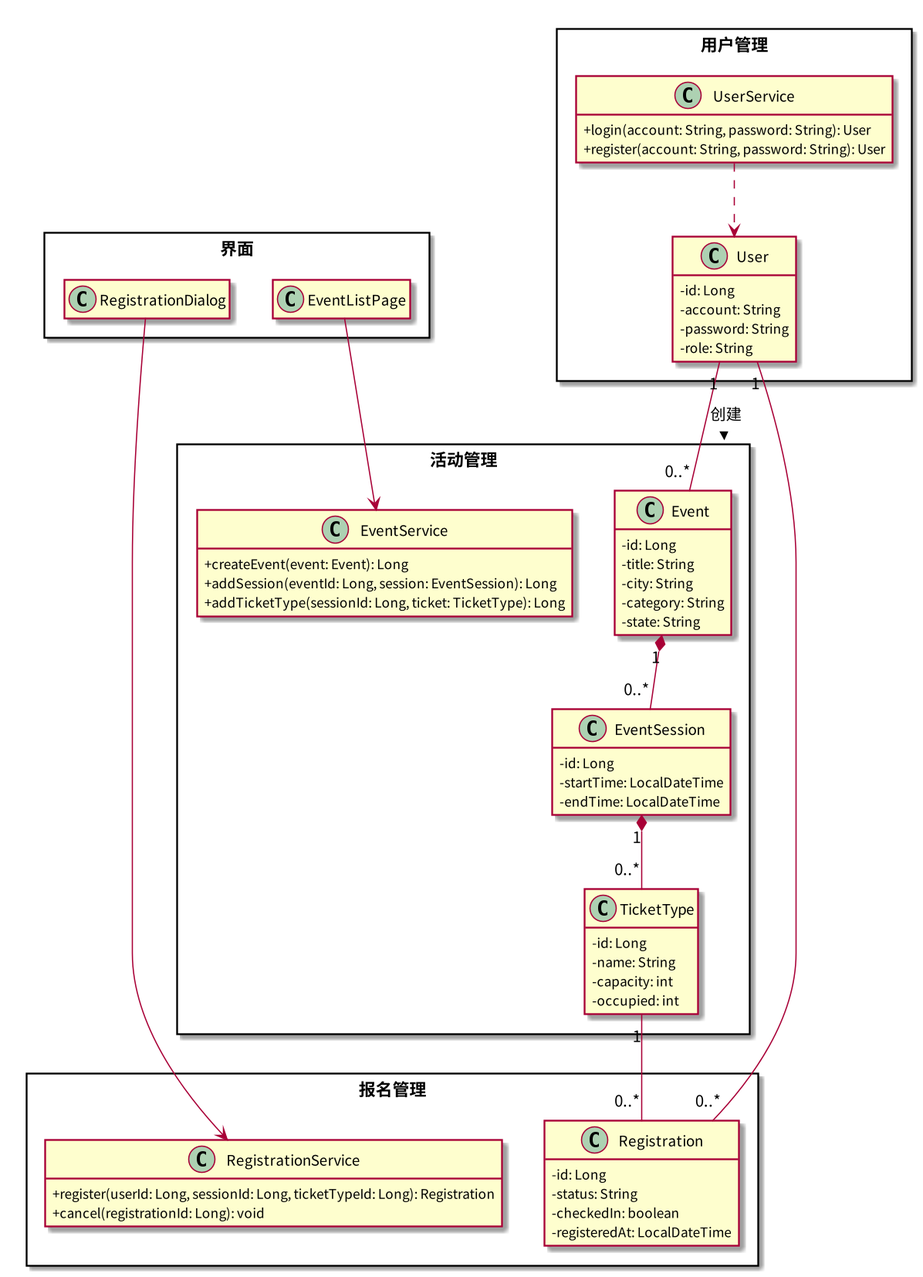
Earlier version of the PlantUML export UML/UML类图.png (kkksc114/Software_Engineering_Lab). The source it was exported from:
```plantuml
@startuml
skinparamlocked dpi 150
skinparam defaultFontName "Noto Sans CJK SC"
skinparam classAttributeIconSize 0
skinparam packageStyle rectangle
hide empty members

package "用户管理" {
  class User {
    - id: Long
    - account: String
    - password: String
    - role: String
  }
  class UserService {
    + login(account: String, password: String): User
    + register(account: String, password: String): User
  }
}

package "活动管理" {
  class Event {
    - id: Long
    - title: String
    - city: String
    - category: String
    - state: String
  }
  class EventSession {
    - id: Long
    - startTime: LocalDateTime
    - endTime: LocalDateTime
  }
  class TicketType {
    - id: Long
    - name: String
    - capacity: int
    - occupied: int
  }
  class EventService {
    + createEvent(event: Event): Long
    + addSession(eventId: Long, session: EventSession): Long
    + addTicketType(sessionId: Long, ticket: TicketType): Long
  }
}

package "报名管理" {
  class Registration {
    - id: Long
    - status: String
    - checkedIn: boolean
    - registeredAt: LocalDateTime
  }
  class RegistrationService {
    + register(userId: Long, sessionId: Long, ticketTypeId: Long): Registration
    + cancel(registrationId: Long): void
  }
}

package "界面" {
  class EventListPage
  class RegistrationDialog
}

User "1" -- "0..*" Event : 创建 >
Event "1" *-- "0..*" EventSession
EventSession "1" *-- "0..*" TicketType
TicketType "1" -- "0..*" Registration
User "1" -- "0..*" Registration
EventListPage --> EventService
RegistrationDialog --> RegistrationService
UserService ..> User
@enduml
```
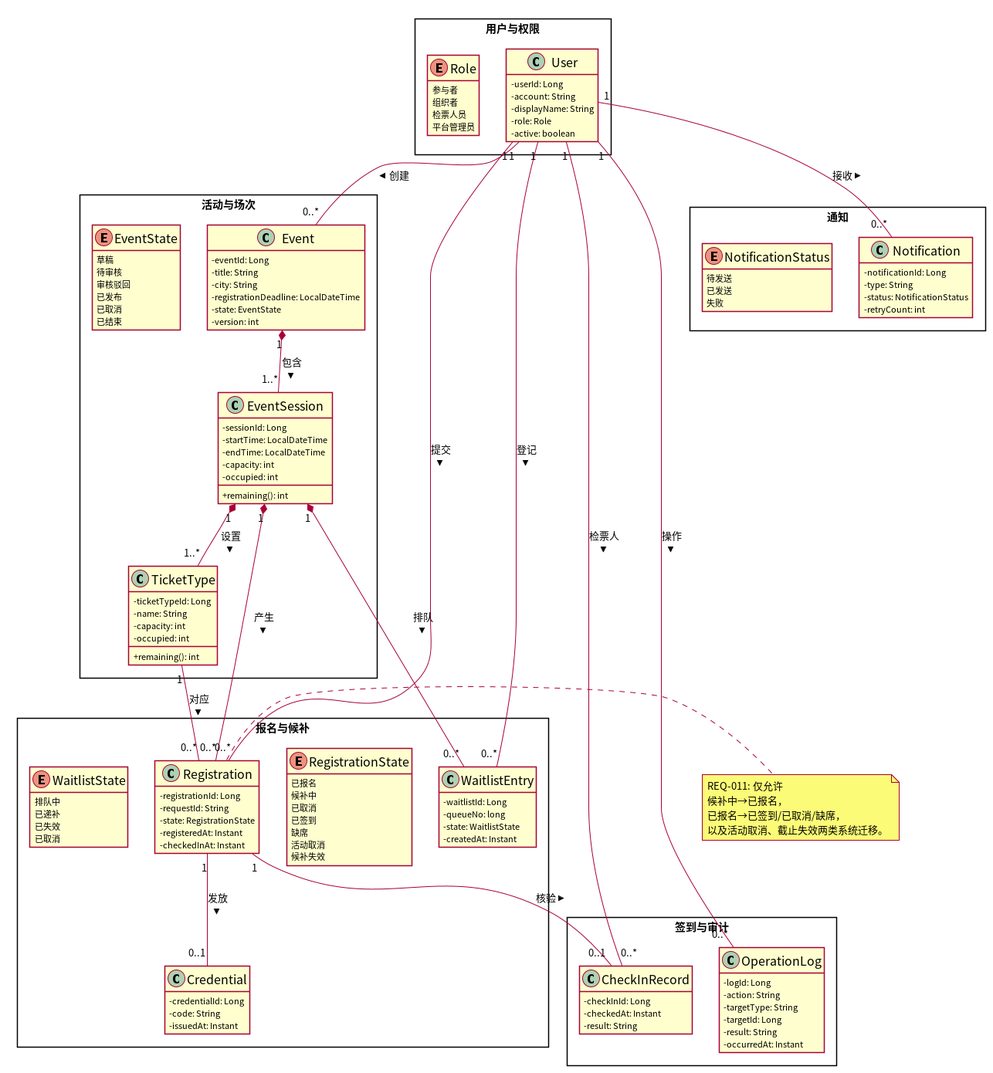
The same file after the commit.

What changed in the source:
```diff
@@ -1,73 +1,148 @@
 @startuml
-skinparamlocked dpi 150
+skinparamlocked dpi 96
 skinparam defaultFontName "Noto Sans CJK SC"
 skinparam classAttributeIconSize 0
 skinparam packageStyle rectangle
+skinparam shadowing false
+skinparam classFontSize 16
 hide empty members
 
-package "用户管理" {
+
+package "用户与权限" {
   class User {
-    - id: Long
+    - userId: Long
     - account: String
-    - password: String
-    - role: String
+    - displayName: String
+    - role: Role
+    - active: boolean
   }
-  class UserService {
-    + login(account: String, password: String): User
-    + register(account: String, password: String): User
+  enum Role {
+    参与者
+    组织者
+    检票人员
+    平台管理员
   }
 }
 
-package "活动管理" {
+package "活动与场次" {
   class Event {
-    - id: Long
+    - eventId: Long
     - title: String
     - city: String
-    - category: String
-    - state: String
+    - registrationDeadline: LocalDateTime
+    - state: EventState
+    - version: int
+  }
+  enum EventState {
+    草稿
+    待审核
+    审核驳回
+    已发布
+    已取消
+    已结束
   }
   class EventSession {
-    - id: Long
+    - sessionId: Long
     - startTime: LocalDateTime
     - endTime: LocalDateTime
+    - capacity: int
+    - occupied: int
+    + remaining(): int
   }
   class TicketType {
-    - id: Long
+    - ticketTypeId: Long
     - name: String
     - capacity: int
     - occupied: int
-  }
-  class EventService {
-    + createEvent(event: Event): Long
-    + addSession(eventId: Long, session: EventSession): Long
-    + addTicketType(sessionId: Long, ticket: TicketType): Long
+    + remaining(): int
   }
 }
 
-package "报名管理" {
+package "报名与候补" {
   class Registration {
-    - id: Long
-    - status: String
-    - checkedIn: boolean
-    - registeredAt: LocalDateTime
+    - registrationId: Long
+    - requestId: String
+    - state: RegistrationState
+    - registeredAt: Instant
+    - checkedInAt: Instant
   }
-  class RegistrationService {
-    + register(userId: Long, sessionId: Long, ticketTypeId: Long): Registration
-    + cancel(registrationId: Long): void
+  enum RegistrationState {
+    已报名
+    候补中
+    已取消
+    已签到
+    缺席
+    活动取消
+    候补失效
+  }
+  class WaitlistEntry {
+    - waitlistId: Long
+    - queueNo: long
+    - state: WaitlistState
+    - createdAt: Instant
+  }
+  enum WaitlistState {
+    排队中
+    已递补
+    已失效
+    已取消
+  }
+  class Credential {
+    - credentialId: Long
+    - code: String
+    - issuedAt: Instant
   }
 }
 
-package "界面" {
-  class EventListPage
-  class RegistrationDialog
+package "签到与审计" {
+  class CheckInRecord {
+    - checkInId: Long
+    - checkedAt: Instant
+    - result: String
+  }
+  class OperationLog {
+    - logId: Long
+    - action: String
+    - targetType: String
+    - targetId: Long
+    - result: String
+    - occurredAt: Instant
+  }
 }
 
+package "通知" {
+  class Notification {
+    - notificationId: Long
+    - type: String
+    - status: NotificationStatus
+    - retryCount: int
+  }
+  enum NotificationStatus {
+    待发送
+    已发送
+    失败
+  }
+}
+
+
 User "1" -- "0..*" Event : 创建 >
-Event "1" *-- "0..*" EventSession
-EventSession "1" *-- "0..*" TicketType
-TicketType "1" -- "0..*" Registration
-User "1" -- "0..*" Registration
-EventListPage --> EventService
-RegistrationDialog --> RegistrationService
-UserService ..> User
+Event "1" *-- "1..*" EventSession : 包含 >
+EventSession "1" *-- "1..*" TicketType : 设置 >
+EventSession "1" *-- "0..*" Registration : 产生 >
+TicketType "1" -- "0..*" Registration : 对应 >
+User "1" -- "0..*" Registration : 提交 >
+Registration "1" -- "0..1" Credential : 发放 >
+EventSession "1" *-- "0..*" WaitlistEntry : 排队 >
+User "1" -- "0..*" WaitlistEntry : 登记 >
+Registration "1" -- "0..1" CheckInRecord : 核验 >
+User "1" -- "0..*" CheckInRecord : 检票人 >
+User "1" -- "0..*" OperationLog : 操作 >
+User "1" -- "0..*" Notification : 接收 >
+
+note right of Registration
+  REQ-011: 仅允许
+  候补中→已报名，
+  已报名→已签到/已取消/缺席，
+  以及活动取消、截止失效两类系统迁移。
+end note
 @enduml
```
